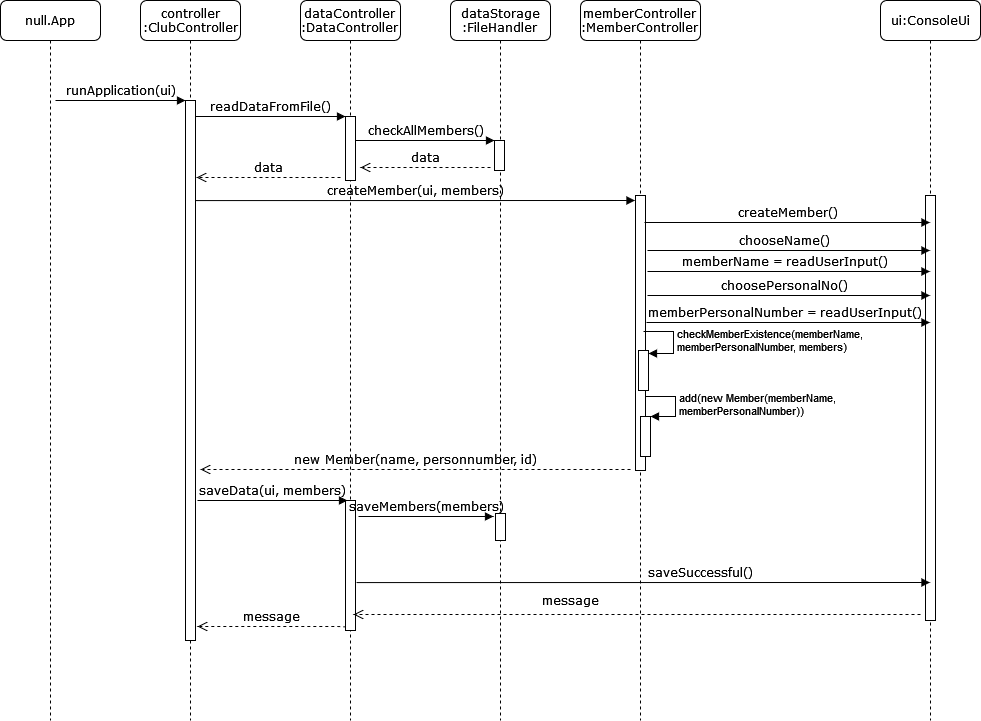
The draw.io diagram img/sequence-diagram.png in Thanhtran34/MVC-boatclub, before a commit. Source tidied: cells renumbered, new cells last; positions are measured from the earlier drawing's top-left corner, leaving out a move shared by most shapes.
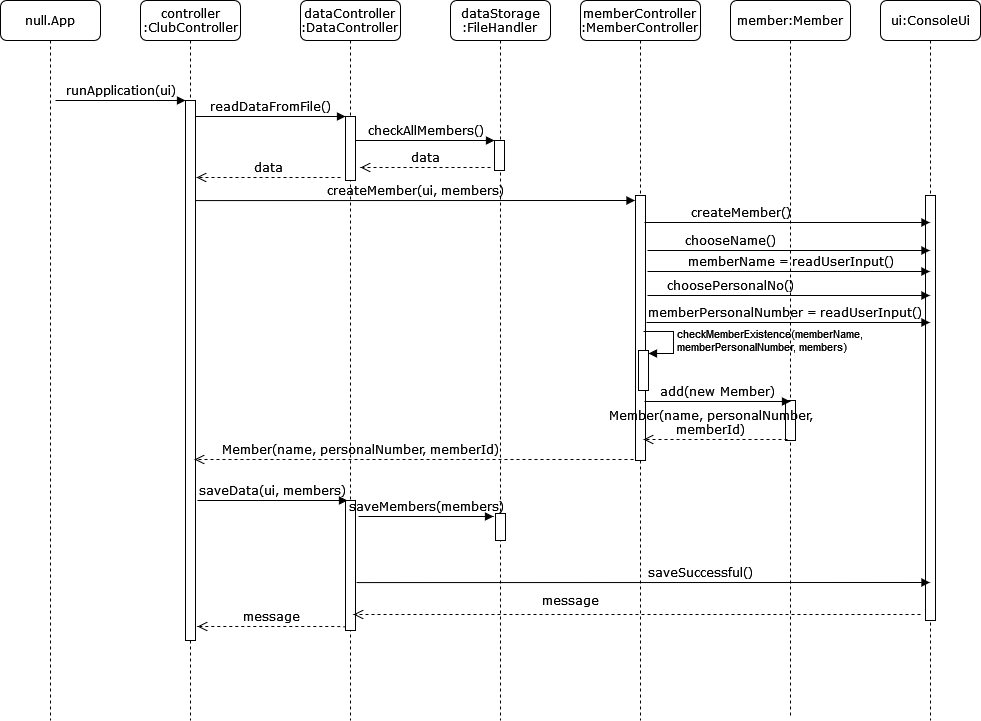
The same diagram one commit later.

Commit message:
add member object

Diff of the diagram source:
```diff
@@ -27,7 +27,7 @@
       <mxGeometry x="580" width="120" height="720" as="geometry" />
     </mxCell>
     <mxCell id="10" style="html=1;perimeter=orthogonalPerimeter;rounded=0;shadow=0;comic=0;labelBackgroundColor=none;strokeWidth=1;fontFamily=Verdana;fontSize=12;align=center;" parent="9" vertex="1">
-      <mxGeometry x="55" y="195" width="10" height="275" as="geometry" />
+      <mxGeometry x="55" y="195" width="10" height="265" as="geometry" />
     </mxCell>
     <mxCell id="11" value="ui:ConsoleUi" style="shape=umlLifeline;perimeter=lifelinePerimeter;whiteSpace=wrap;html=1;outlineConnect=0;rounded=1;shadow=0;comic=0;labelBackgroundColor=none;strokeWidth=1;fontFamily=Verdana;fontSize=12;align=center;" parent="1" vertex="1">
       <mxGeometry x="880" width="100" height="720" as="geometry" />
@@ -55,12 +55,11 @@
         </Array>
       </mxGeometry>
     </mxCell>
-    <mxCell id="16" value="new Member(name, personnumber, id)" style="html=1;verticalAlign=bottom;endArrow=open;dashed=1;endSize=8;labelBackgroundColor=none;fontFamily=Verdana;fontSize=12;edgeStyle=elbowEdgeStyle;elbow=vertical;" parent="1" edge="1">
-      <mxGeometry relative="1" as="geometry">
-        <mxPoint x="630" y="469" as="sourcePoint" />
-        <mxPoint x="200" y="469" as="targetPoint" />
+    <mxCell id="16" value="Member(name, personalNumber, memberId)" style="html=1;verticalAlign=bottom;endArrow=open;dashed=1;endSize=8;labelBackgroundColor=none;fontFamily=Verdana;fontSize=12;edgeStyle=elbowEdgeStyle;elbow=vertical;entryX=0.9;entryY=0.665;entryDx=0;entryDy=0;entryPerimeter=0;" parent="1" edge="1" target="3">
+      <mxGeometry x="0.24" relative="1" as="geometry">
+        <mxPoint x="633" y="459" as="sourcePoint" />
         <Array as="points">
-          <mxPoint x="470" y="469" />
+          <mxPoint x="473" y="459" />
         </Array>
       </mxGeometry>
     </mxCell>
@@ -92,22 +91,22 @@
       </mxGeometry>
     </mxCell>
     <mxCell id="22" value="createMember()" style="html=1;verticalAlign=bottom;endArrow=block;labelBackgroundColor=none;fontFamily=Verdana;fontSize=12;edgeStyle=elbowEdgeStyle;elbow=vertical;" parent="1" edge="1" target="11">
-      <mxGeometry relative="1" as="geometry">
+      <mxGeometry x="-0.33" relative="1" as="geometry">
         <mxPoint x="644" y="222" as="sourcePoint" />
       </mxGeometry>
     </mxCell>
     <mxCell id="23" value="chooseName()" style="html=1;verticalAlign=bottom;endArrow=block;labelBackgroundColor=none;fontFamily=Verdana;fontSize=12;edgeStyle=elbowEdgeStyle;elbow=vertical;" parent="1" edge="1" target="11">
-      <mxGeometry x="-0.03" relative="1" as="geometry">
+      <mxGeometry x="-0.41" relative="1" as="geometry">
         <mxPoint x="647" y="250" as="sourcePoint" />
       </mxGeometry>
     </mxCell>
     <mxCell id="24" value="memberName = readUserInput()" style="html=1;verticalAlign=bottom;endArrow=block;labelBackgroundColor=none;fontFamily=Verdana;fontSize=12;edgeStyle=elbowEdgeStyle;elbow=vertical;" parent="1" edge="1" target="11">
-      <mxGeometry x="-0.03" relative="1" as="geometry">
+      <mxGeometry x="0.01" relative="1" as="geometry">
         <mxPoint x="647" y="271" as="sourcePoint" />
       </mxGeometry>
     </mxCell>
     <mxCell id="25" value="choosePersonalNo()" style="html=1;verticalAlign=bottom;endArrow=block;labelBackgroundColor=none;fontFamily=Verdana;fontSize=12;edgeStyle=elbowEdgeStyle;elbow=vertical;" parent="1" edge="1" target="11">
-      <mxGeometry x="-0.03" relative="1" as="geometry">
+      <mxGeometry x="-0.41" relative="1" as="geometry">
         <mxPoint x="647" y="295" as="sourcePoint" />
       </mxGeometry>
     </mxCell>
@@ -128,17 +127,6 @@
         </Array>
       </mxGeometry>
     </mxCell>
-    <mxCell id="29" style="html=1;points=[];perimeter=orthogonalPerimeter;fontSize=11;" parent="1" vertex="1">
-      <mxGeometry x="640" y="416" width="10" height="40" as="geometry" />
-    </mxCell>
-    <mxCell id="30" value="&lt;div&gt;add(new Member(memberName, &lt;br&gt;&lt;/div&gt;&lt;div&gt;memberPersonalNumber))&lt;/div&gt;" style="edgeStyle=orthogonalEdgeStyle;html=1;align=left;spacingLeft=2;endArrow=block;rounded=0;entryX=1;entryY=0;fontSize=11;" parent="1" edge="1" target="29">
-      <mxGeometry relative="1" as="geometry">
-        <mxPoint x="645" y="396" as="sourcePoint" />
-        <Array as="points">
-          <mxPoint x="675" y="396" />
-        </Array>
-      </mxGeometry>
-    </mxCell>
     <mxCell id="31" value="saveData(ui, members)" style="html=1;verticalAlign=bottom;endArrow=block;entryX=0;entryY=0;labelBackgroundColor=none;fontFamily=Verdana;fontSize=12;edgeStyle=elbowEdgeStyle;elbow=vertical;" parent="1" edge="1">
       <mxGeometry relative="1" as="geometry">
         <mxPoint x="197" y="500" as="sourcePoint" />
@@ -177,5 +165,27 @@
         </Array>
       </mxGeometry>
     </mxCell>
+    <mxCell id="36" value="member:Member" style="shape=umlLifeline;perimeter=lifelinePerimeter;whiteSpace=wrap;html=1;rounded=1;shadow=0;comic=0;labelBackgroundColor=none;strokeWidth=1;fontFamily=Verdana;fontSize=12;align=center;" parent="1" vertex="1">
+      <mxGeometry x="730" width="120" height="718" as="geometry" />
+    </mxCell>
+    <mxCell id="37" style="html=1;perimeter=orthogonalPerimeter;fontSize=11;" parent="36" vertex="1">
+      <mxGeometry x="55" y="400" width="10" height="40" as="geometry" />
+    </mxCell>
+    <mxCell id="38" value="add(new Member)" style="html=1;verticalAlign=bottom;endArrow=block;labelBackgroundColor=none;fontFamily=Verdana;fontSize=12;edgeStyle=elbowEdgeStyle;elbow=vertical;" parent="1" edge="1">
+      <mxGeometry relative="1" as="geometry">
+        <mxPoint x="644" y="401" as="sourcePoint" />
+        <mxPoint x="790" y="401" as="targetPoint" />
+      </mxGeometry>
+    </mxCell>
+    <mxCell id="39" value="&lt;div&gt;Member(name, personalNumber,&lt;/div&gt;&lt;div&gt;memberId)&lt;/div&gt;" style="html=1;verticalAlign=bottom;endArrow=open;dashed=1;endSize=8;labelBackgroundColor=none;fontFamily=Verdana;fontSize=12;edgeStyle=elbowEdgeStyle;elbow=vertical;" parent="1" edge="1">
+      <mxGeometry x="0.07" relative="1" as="geometry">
+        <mxPoint x="787" y="439" as="sourcePoint" />
+        <mxPoint x="643" y="439" as="targetPoint" />
+        <Array as="points">
+          <mxPoint x="718" y="439" />
+          <mxPoint x="748" y="439" />
+        </Array>
+      </mxGeometry>
+    </mxCell>
   </root>
 </mxGraphModel>
```
